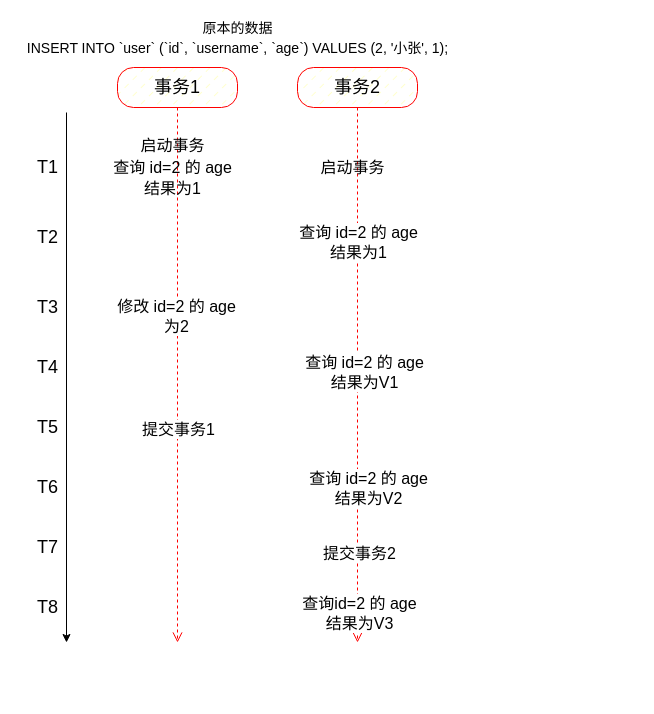
The draw.io diagram page "mysql-acid-durability" (4 of 12) of mysql/mysql.drawio in boilingfrog/Go-POINT, before the edit. Source tidied: cells renumbered, new cells numbered last; positions are measured from the earlier drawing's top-left corner, leaving out a move shared by most shapes. Both pictures are drawn from the tidied source at 100%, with x=0, y=0 at pixel (17, 17).
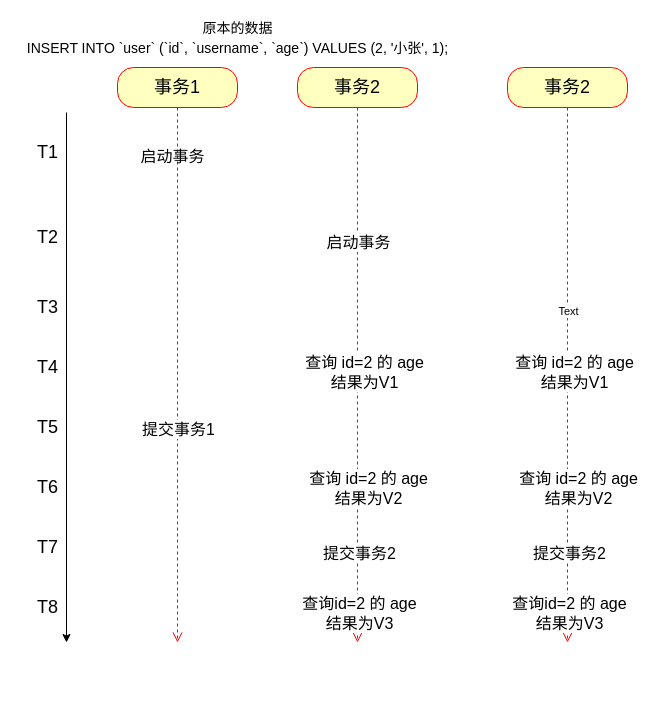
The same page after the edit.

The change refers to these unchanged cells:
```xml
<mxCell id="8" style="edgeStyle=orthogonalEdgeStyle;html=1;verticalAlign=bottom;endArrow=open;endSize=8;strokeColor=#ff0000;fontSize=18;dashed=1;" parent="1" edge="1" source="7">
  <mxGeometry relative="1" as="geometry">
    <mxPoint x="340" y="625" as="targetPoint" />
  </mxGeometry>
</mxCell>
```

Diff of the diagram source:
```diff
@@
     <mxCell id="3" value="T1" style="text;html=1;align=center;verticalAlign=middle;strokeColor=none;fillColor=none;fontSize=18;" parent="1" vertex="1">
-      <mxGeometry x="10" y="135" width="40" height="30" as="geometry" />
+      <mxGeometry x="10" y="120" width="40" height="30" as="geometry" />
     </mxCell>
-    <mxCell id="4" value="事务1" style="rounded=1;whiteSpace=wrap;html=1;arcSize=40;fontColor=#000000;fillColor=#ffffc0;strokeColor=#ff0000;fillStyle=dashed;fontSize=18;" parent="1" vertex="1">
+    <mxCell id="4" value="事务1" style="rounded=1;whiteSpace=wrap;html=1;arcSize=40;fontColor=#000000;fillColor=#ffffc0;strokeColor=#ff0000;fillStyle=auto;fontSize=18;" parent="1" vertex="1">
       <mxGeometry x="100" y="50" width="120" height="40" as="geometry" />
     </mxCell>
@@
-    <mxCell id="7" value="事务2" style="rounded=1;whiteSpace=wrap;html=1;arcSize=40;fontColor=#000000;fillColor=#ffffc0;strokeColor=#ff0000;fillStyle=dashed;fontSize=18;" parent="1" vertex="1">
+    <mxCell id="7" value="事务2" style="rounded=1;whiteSpace=wrap;html=1;arcSize=40;fontColor=#000000;fillColor=#ffffc0;strokeColor=#ff0000;fillStyle=auto;fontSize=18;" parent="1" vertex="1">
       <mxGeometry x="280" y="50" width="120" height="40" as="geometry" />
     </mxCell>
@@
-    <mxCell id="9" value="查询 id=2 的 age&lt;br&gt;结果为1" style="edgeLabel;html=1;align=center;verticalAlign=middle;fontSize=16;" parent="8" vertex="1">
+    <mxCell id="9" value="启动事务" style="edgeLabel;html=1;align=center;verticalAlign=middle;fontSize=16;" parent="8" vertex="1">
       <mxGeometry x="-0.22" y="1" relative="1" as="geometry">
         <mxPoint x="-1" y="-75" as="offset" />
       </mxGeometry>
     </mxCell>
@@
-    <mxCell id="12" value="&lt;font style=&quot;font-size: 16px&quot;&gt;启动事务&lt;br&gt;查询 id=2 的 age&lt;br&gt;结果为1&lt;/font&gt;" style="text;html=1;align=center;verticalAlign=middle;strokeColor=none;fillColor=none;fontSize=18;" parent="1" vertex="1">
-      <mxGeometry x="90" y="115" width="130" height="70" as="geometry" />
+    <mxCell id="12" value="&lt;font style=&quot;font-size: 16px&quot;&gt;启动事务&lt;br&gt;&lt;/font&gt;" style="text;html=1;align=center;verticalAlign=middle;strokeColor=none;fillColor=none;fontSize=18;" parent="1" vertex="1">
+      <mxGeometry x="110" y="119" width="90" height="40" as="geometry" />
     </mxCell>
-    <mxCell id="13" value="&lt;font style=&quot;font-size: 16px&quot;&gt;启动事务&lt;/font&gt;" style="text;html=1;align=center;verticalAlign=middle;strokeColor=none;fillColor=none;fontSize=18;" parent="1" vertex="1">
-      <mxGeometry x="295" y="135" width="80" height="30" as="geometry" />
-    </mxCell>
@@
-    <mxCell id="15" value="修改 id=2 的 age&lt;br&gt;为2" style="edgeLabel;html=1;align=center;verticalAlign=middle;fontSize=16;" parent="1" vertex="1">
-      <mxGeometry x="360" y="245" as="geometry">
-        <mxPoint x="-202" y="53" as="offset" />
-      </mxGeometry>
-    </mxCell>
@@
+    <mxCell id="26" value="事务2" style="rounded=1;whiteSpace=wrap;html=1;arcSize=40;fontColor=#000000;fillColor=#ffffc0;strokeColor=#ff0000;fillStyle=auto;fontSize=18;" parent="1" vertex="1">
+      <mxGeometry x="490" y="50" width="120" height="40" as="geometry" />
+    </mxCell>
+    <mxCell id="27" style="edgeStyle=orthogonalEdgeStyle;html=1;verticalAlign=bottom;endArrow=open;endSize=8;strokeColor=#ff0000;fontSize=18;dashed=1;" parent="1" edge="1" source="26">
+      <mxGeometry relative="1" as="geometry">
+        <mxPoint x="550" y="625" as="targetPoint" />
+      </mxGeometry>
+    </mxCell>
+    <mxCell id="28" value="提交事务2" style="edgeLabel;html=1;align=center;verticalAlign=middle;fontSize=16;" parent="27" vertex="1">
+      <mxGeometry x="0.78" y="1" relative="1" as="geometry">
+        <mxPoint y="-31" as="offset" />
+      </mxGeometry>
+    </mxCell>
+    <mxCell id="29" value="查询id=2 的 age&lt;br&gt;结果为V3" style="edgeLabel;html=1;align=center;verticalAlign=middle;fontSize=16;" parent="27" vertex="1">
+      <mxGeometry x="0.9" y="1" relative="1" as="geometry">
+        <mxPoint y="-3" as="offset" />
+      </mxGeometry>
+    </mxCell>
+    <mxCell id="30" value="Text" style="edgeLabel;html=1;align=center;verticalAlign=middle;" parent="27" vertex="1">
+      <mxGeometry x="-0.24" relative="1" as="geometry" />
+    </mxCell>
+    <mxCell id="31" value="查询 id=2 的 age&lt;br&gt;结果为V1" style="edgeLabel;html=1;align=center;verticalAlign=middle;fontSize=16;" parent="1" vertex="1">
+      <mxGeometry x="560" y="255" as="geometry">
+        <mxPoint x="-4" y="99" as="offset" />
+      </mxGeometry>
+    </mxCell>
+    <mxCell id="32" value="查询 id=2 的 age&lt;br&gt;结果为V2" style="edgeLabel;html=1;align=center;verticalAlign=middle;fontSize=16;" parent="1" vertex="1">
+      <mxGeometry x="560" y="470" as="geometry" />
+    </mxCell>
```
